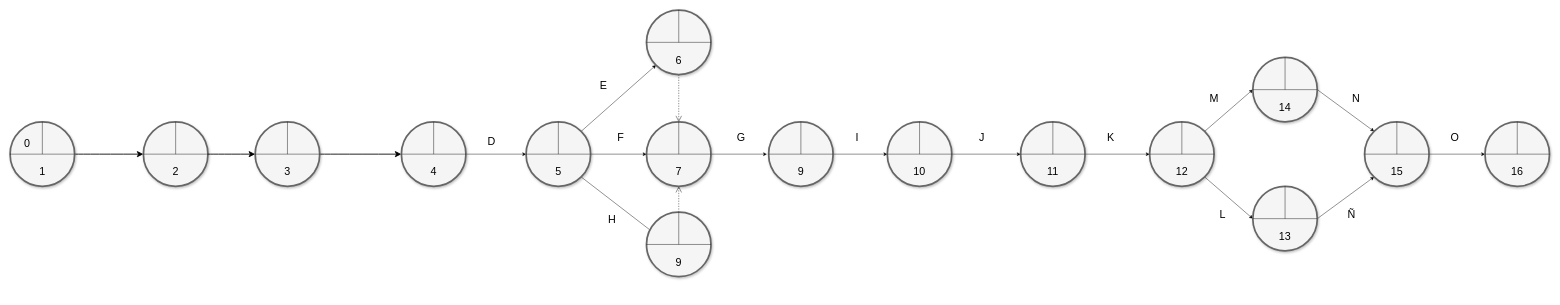
The draw.io diagram Investigacion Operativa/Diagrama de flechas.drawio in Francisco-Galea/Diagramas-y-Otros, before the edit. Source tidied: cells renumbered, new cells numbered last; positions are measured from the earlier drawing's top-left corner, leaving out a move shared by most shapes. Both pictures are drawn from the tidied source at 43%, with x=0, y=0 at pixel (10, 10).
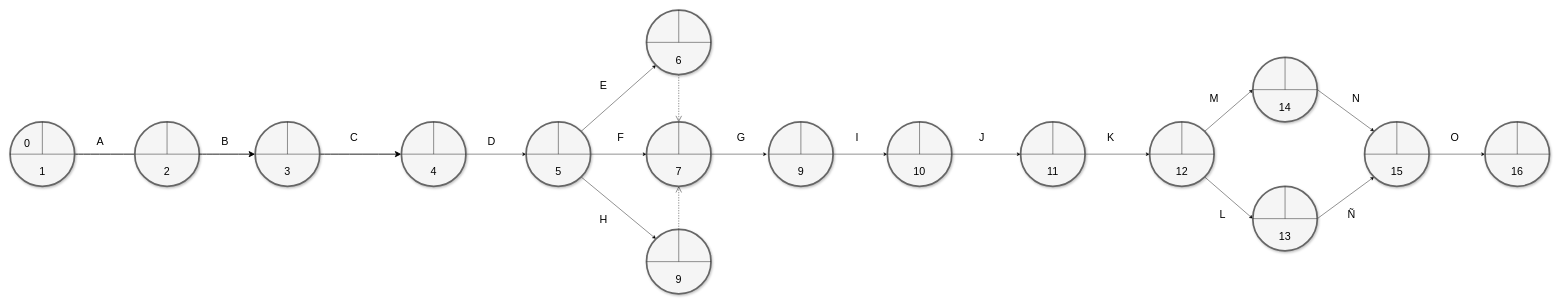
After the change.

Change to the diagram source:
```diff
@@
-    <mxCell id="8" style="endArrow=classic;html=1;rounded=0;exitX=1;exitY=1;exitDx=0;exitDy=0;entryX=0;entryY=0;entryDx=0;entryDy=0;fontSize=25;" parent="1" edge="1">
+    <mxCell id="8" style="endArrow=classic;html=1;rounded=0;exitX=1;exitY=1;exitDx=0;exitDy=0;entryX=0;entryY=0;entryDx=0;entryDy=0;fontSize=25;" parent="1" edge="1" target="41">
       <mxGeometry relative="1" as="geometry">
         <mxPoint x="1328" y="388" as="sourcePoint" />
-        <mxPoint x="1502" y="522" as="targetPoint" />
       </mxGeometry>
     </mxCell>
@@
     <mxCell id="20" value="H" style="text;html=1;align=center;verticalAlign=middle;whiteSpace=wrap;rounded=0;fontSize=25;" parent="1" vertex="1">
-      <mxGeometry x="1370" y="470" width="60" height="30" as="geometry" />
+      <mxGeometry x="1350" y="470" width="60" height="30" as="geometry" />
     </mxCell>
@@
-    <mxCell id="30" style="endArrow=open;endSize=12;dashed=1;html=1;rounded=0;exitX=0.5;exitY=0;exitDx=0;exitDy=0;entryX=0.5;entryY=1;entryDx=0;entryDy=0;fontSize=25;" parent="1" edge="1">
+    <mxCell id="30" style="endArrow=open;endSize=12;dashed=1;html=1;rounded=0;exitX=0.5;exitY=0;exitDx=0;exitDy=0;entryX=0.5;entryY=1;entryDx=0;entryDy=0;fontSize=25;" parent="1" edge="1" source="41">
       <mxGeometry relative="1" as="geometry">
-        <mxPoint x="1555" y="500" as="sourcePoint" />
         <mxPoint x="1555" y="410" as="targetPoint" />
       </mxGeometry>
     </mxCell>
@@
     <mxCell id="41" style="ellipse;whiteSpace=wrap;html=1;rounded=0;shadow=1;strokeColor=#666666;strokeWidth=4;fontSize=25;align=center;fillColor=#f5f5f5;" parent="1" vertex="1">
-      <mxGeometry x="1480" y="470" width="150" height="150" as="geometry" />
+      <mxGeometry x="1480" y="510" width="150" height="150" as="geometry" />
     </mxCell>
@@
     <mxCell id="43" style="endArrow=none;html=1;rounded=0;entryX=0.5;entryY=0;entryDx=0;entryDy=0;fontSize=25;" parent="1" edge="1" target="41">
       <mxGeometry relative="1" as="geometry">
-        <mxPoint x="1555" y="545" as="sourcePoint" />
+        <mxPoint x="1555" y="585" as="sourcePoint" />
       </mxGeometry>
     </mxCell>
@@
     <mxCell id="79" value="9" style="text;html=1;align=center;verticalAlign=middle;whiteSpace=wrap;rounded=0;fontSize=25;" parent="1" vertex="1">
-      <mxGeometry x="1525" y="570" width="60" height="30" as="geometry" />
+      <mxGeometry x="1525" y="610" width="60" height="30" as="geometry" />
     </mxCell>
@@
     <mxCell id="93" style="ellipse;whiteSpace=wrap;html=1;rounded=0;shadow=1;strokeColor=#666666;strokeWidth=4;fontSize=25;align=center;fillColor=#f5f5f5;" parent="1" vertex="1">
-      <mxGeometry x="310" y="260" width="150" height="150" as="geometry" />
+      <mxGeometry x="290" y="260" width="150" height="150" as="geometry" />
     </mxCell>
@@
     <mxCell id="95" style="endArrow=none;html=1;rounded=0;entryX=0.5;entryY=0;entryDx=0;entryDy=0;fontSize=25;" parent="1" edge="1" target="93">
       <mxGeometry relative="1" as="geometry">
-        <mxPoint x="385" y="335" as="sourcePoint" />
+        <mxPoint x="365" y="335" as="sourcePoint" />
       </mxGeometry>
     </mxCell>
     <mxCell id="96" value="2" style="text;html=1;align=center;verticalAlign=middle;whiteSpace=wrap;rounded=0;fontSize=25;" parent="1" vertex="1">
-      <mxGeometry x="355" y="360" width="60" height="30" as="geometry" />
+      <mxGeometry x="335" y="360" width="60" height="30" as="geometry" />
     </mxCell>
@@
+    <mxCell id="98" value="A" style="text;html=1;align=center;verticalAlign=middle;whiteSpace=wrap;rounded=0;fontSize=25;" parent="1" vertex="1">
+      <mxGeometry x="180" y="290" width="60" height="30" as="geometry" />
+    </mxCell>
+    <mxCell id="99" value="B" style="text;html=1;align=center;verticalAlign=middle;whiteSpace=wrap;rounded=0;fontSize=25;" parent="1" vertex="1">
+      <mxGeometry x="470" y="290" width="60" height="30" as="geometry" />
+    </mxCell>
+    <mxCell id="100" value="C" style="text;html=1;align=center;verticalAlign=middle;whiteSpace=wrap;rounded=0;fontSize=25;" parent="1" vertex="1">
+      <mxGeometry x="770" y="281" width="60" height="30" as="geometry" />
+    </mxCell>
```
